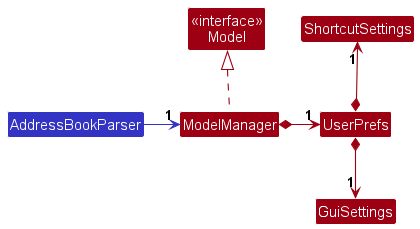
nus-cs2103-AY2324S1/tp keeps this PlantUML diagram as docs/images/ShortcutSettingsClassDiagram.png. Above is the earlier version. Its diagram source:
```plantuml
@startuml
!include style.puml
skinparam arrowThickness 1.1
skinparam arrowColor MODEL_COLOR
skinparam classBackgroundColor MODEL_COLOR

Class AddressBookParser LOGIC_COLOR
Class "<<interface>>\nModel" as Model
Class ModelManager
Class UserPrefs
Class ShortcutSettings
Class GuiSettings

AddressBookParser -[LOGIC_COLOR]right-> "1" ModelManager
ModelManager .up.|> Model
ModelManager *-right-> "1" UserPrefs
UserPrefs *-up-> "1" ShortcutSettings
UserPrefs *-down-> "1" GuiSettings

@enduml
```
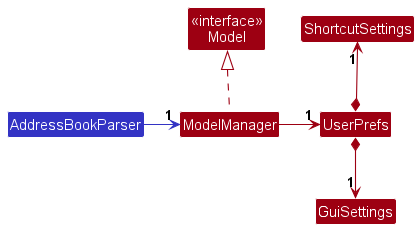
The same diagram one commit later.

What changed in the source:
```diff
@@ -13,7 +13,7 @@
 
 AddressBookParser -[LOGIC_COLOR]right-> "1" ModelManager
 ModelManager .up.|> Model
-ModelManager *-right-> "1" UserPrefs
+ModelManager -right-> "1" UserPrefs
 UserPrefs *-up-> "1" ShortcutSettings
 UserPrefs *-down-> "1" GuiSettings
 
```
